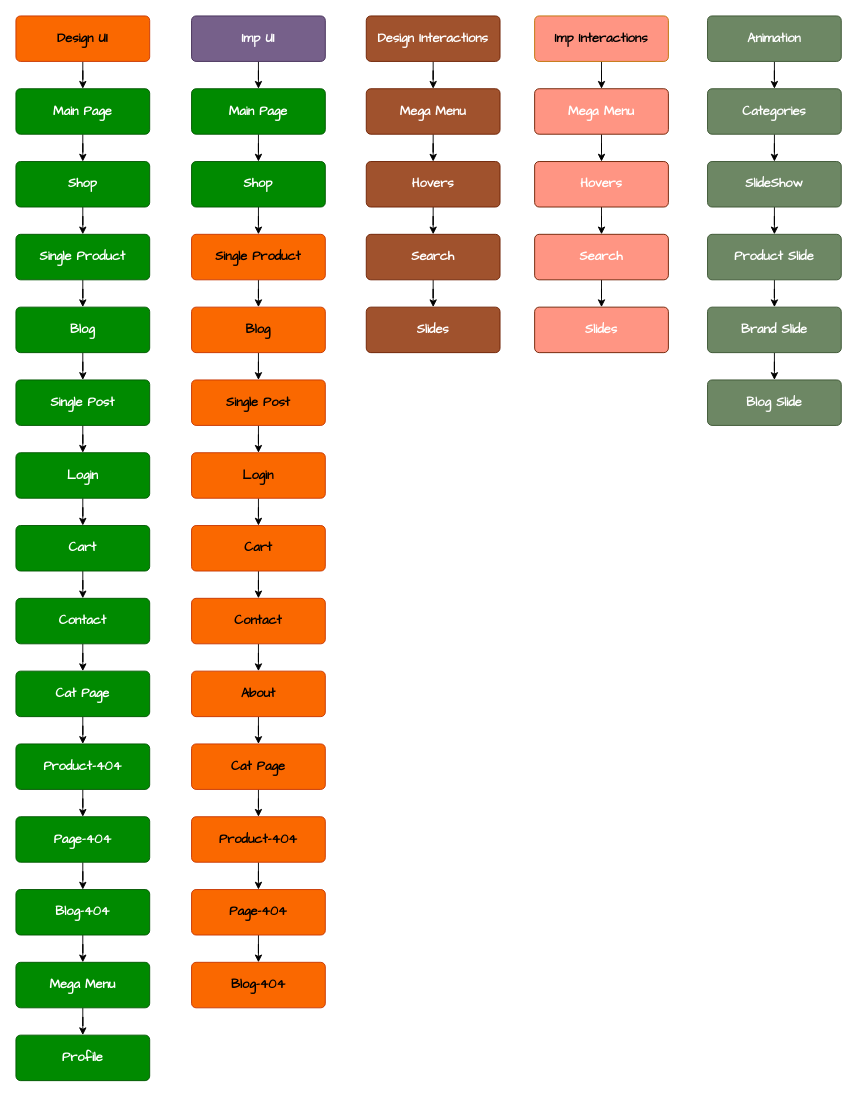
Before: JSProject.drawio in monfaredpersonal/Development, a draw.io diagram. Source tidied: cells renumbered, new cells numbered last; positions are measured from the earlier drawing's top-left corner, leaving out a move shared by most shapes. Both pictures are drawn from the tidied source at 91%, with x=0, y=0 at pixel (15, 15).
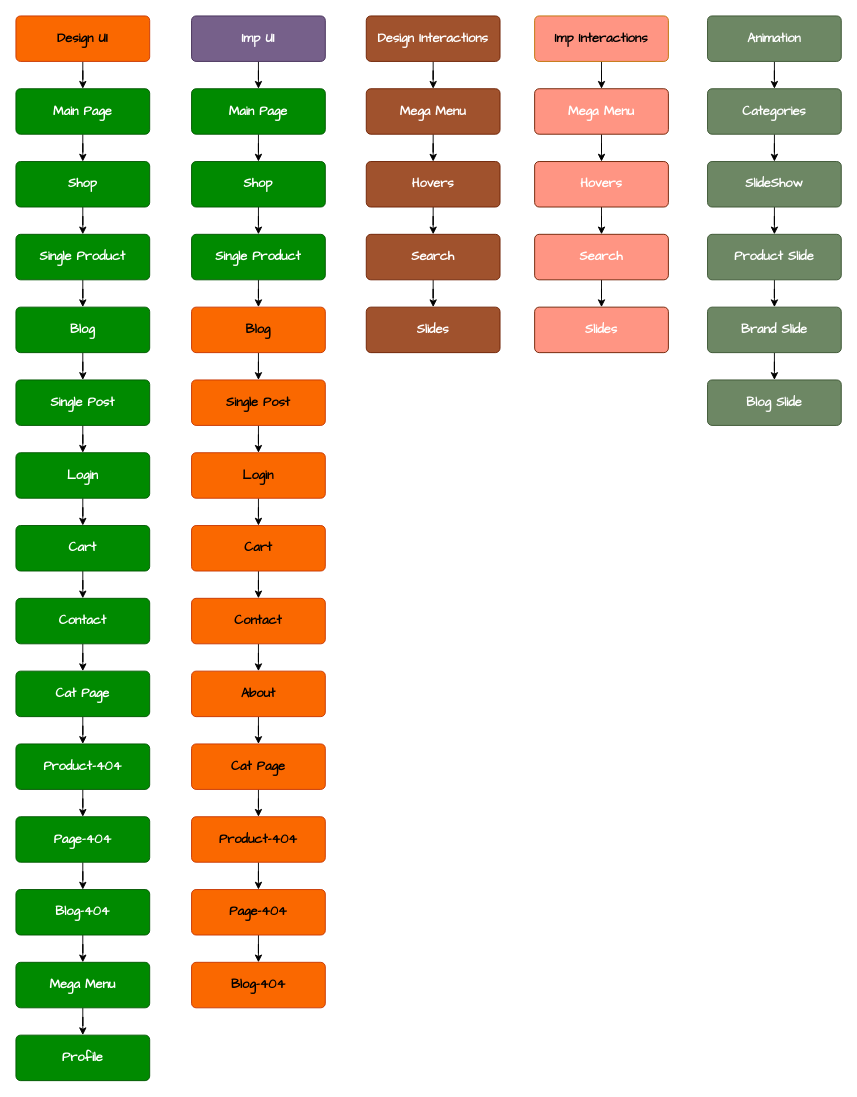
Above is the later version.

Diff of the diagram source:
```diff
@@
-    <mxCell id="41" value="&lt;div style=&quot;forced-color-adjust: none;&quot;&gt;Single Product&lt;/div&gt;" style="html=1;shadow=0;dashed=0;shape=mxgraph.bootstrap.rrect;rSize=5;strokeColor=#C73500;strokeWidth=1;fillColor=#fa6800;fontColor=#000000;whiteSpace=wrap;align=center;verticalAlign=middle;spacingLeft=0;fontStyle=1;fontSize=14;spacing=5;rounded=1;glass=0;fillStyle=auto;fontFamily=Comic Sans MS;horizontal=1;textDirection=rtl;points=[];" parent="1" vertex="1">
+    <mxCell id="41" value="&lt;div style=&quot;forced-color-adjust: none;&quot;&gt;Single Product&lt;/div&gt;" style="html=1;shadow=0;dashed=0;shape=mxgraph.bootstrap.rrect;rSize=5;strokeColor=#005700;strokeWidth=1;fillColor=#008a00;fontColor=#ffffff;whiteSpace=wrap;align=center;verticalAlign=middle;spacingLeft=0;fontStyle=1;fontSize=14;spacing=5;rounded=1;glass=0;fillStyle=auto;fontFamily=Comic Sans MS;horizontal=1;textDirection=rtl;points=[];" parent="1" vertex="1">
       <mxGeometry x="193" y="240" width="147" height="50" as="geometry" />
     </mxCell>
```
